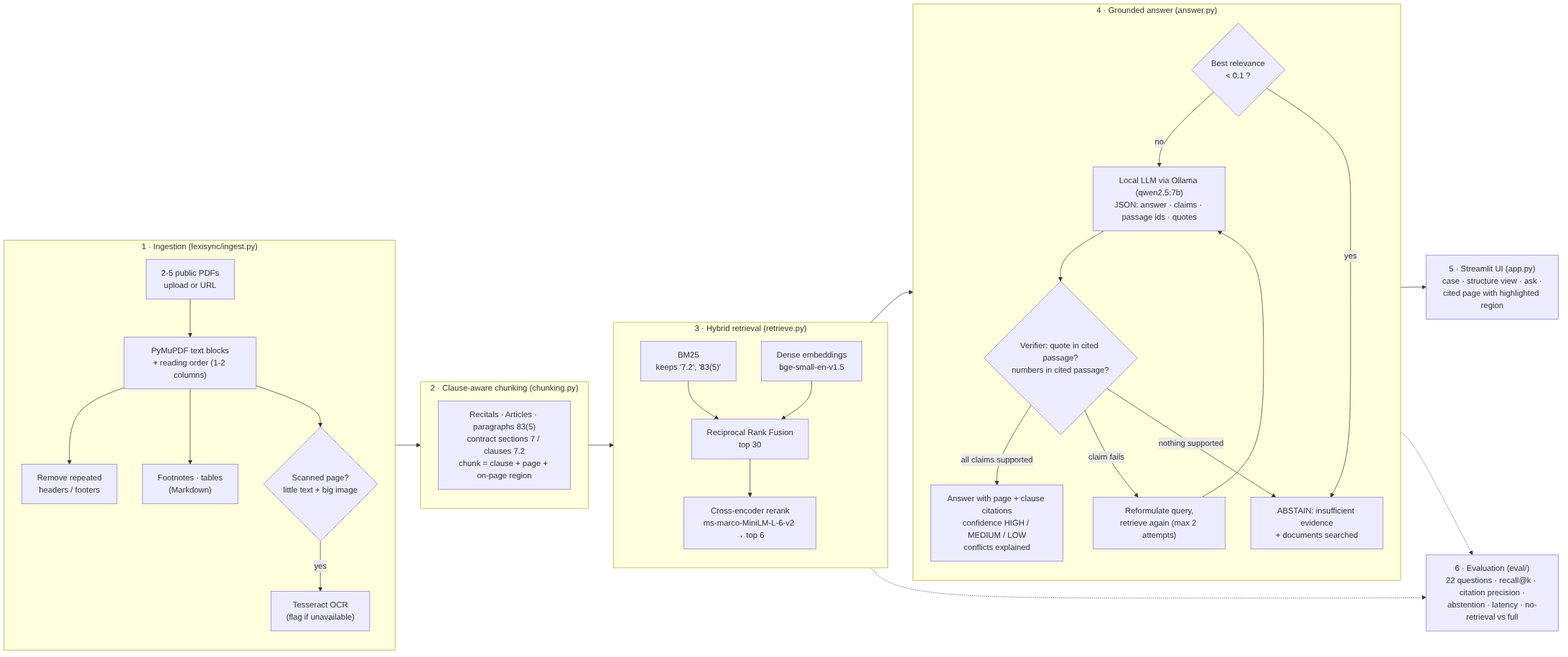
Earlier version of the Mermaid export docs/architecture.png (somalavinay879-18/lexisync-ai). Its source is kept beside it as docs/architecture.mmd. The source it was exported from:
```mermaid
flowchart LR
    subgraph IN["1 · Ingestion (lexisync/ingest.py)"]
        A["2-5 public PDFs<br/>upload or URL"] --> B["PyMuPDF text blocks<br/>+ reading order (1-2 columns)"]
        B --> C["Remove repeated<br/>headers / footers"]
        B --> D["Footnotes · tables<br/>(Markdown)"]
        B --> E{"Scanned page?<br/>little text + big image"}
        E -- yes --> F["Tesseract OCR<br/>(flag if unavailable)"]
    end

    subgraph CH["2 · Clause-aware chunking (chunking.py)"]
        G["Recitals · Articles · paragraphs 83(5)<br/>contract sections 7 / clauses 7.2<br/>chunk = clause + page + on-page region"]
    end

    subgraph RET["3 · Hybrid retrieval (retrieve.py)"]
        H["BM25<br/>keeps '7.2', '83(5)'"]
        I["Dense embeddings<br/>bge-small-en-v1.5"]
        J["Reciprocal Rank Fusion<br/>top 30"]
        K["Cross-encoder rerank<br/>ms-marco-MiniLM-L-6-v2 → top 6"]
        H --> J
        I --> J
        J --> K
    end

    subgraph GEN["4 · Grounded answer (answer.py)"]
        L{"Best relevance<br/>< 0.1 ?"}
        M["Local LLM via Ollama (qwen2.5:7b)<br/>JSON: answer · claims · passage ids · quotes"]
        N{"Verifier: quote in cited passage?<br/>numbers in cited passage?"}
        O["Reformulate query,<br/>retrieve again (max 2 attempts)"]
        P["Answer with page + clause citations<br/>confidence HIGH / MEDIUM / LOW<br/>conflicts explained"]
        Q["ABSTAIN: insufficient evidence<br/>+ documents searched"]
        L -- no --> M --> N
        N -- all claims supported --> P
        N -- claim fails --> O --> M
        L -- yes --> Q
        N -- nothing supported --> Q
    end

    UI["5 · Streamlit UI (app.py)<br/>case · structure view · ask ·<br/>cited page with highlighted region"]
    EV["6 · Evaluation (eval/)<br/>22 questions · recall@k · citation precision ·<br/>abstention · latency · no-retrieval vs full"]

    IN --> CH --> RET --> GEN --> UI
    GEN -.-> EV
    RET -.-> EV
```
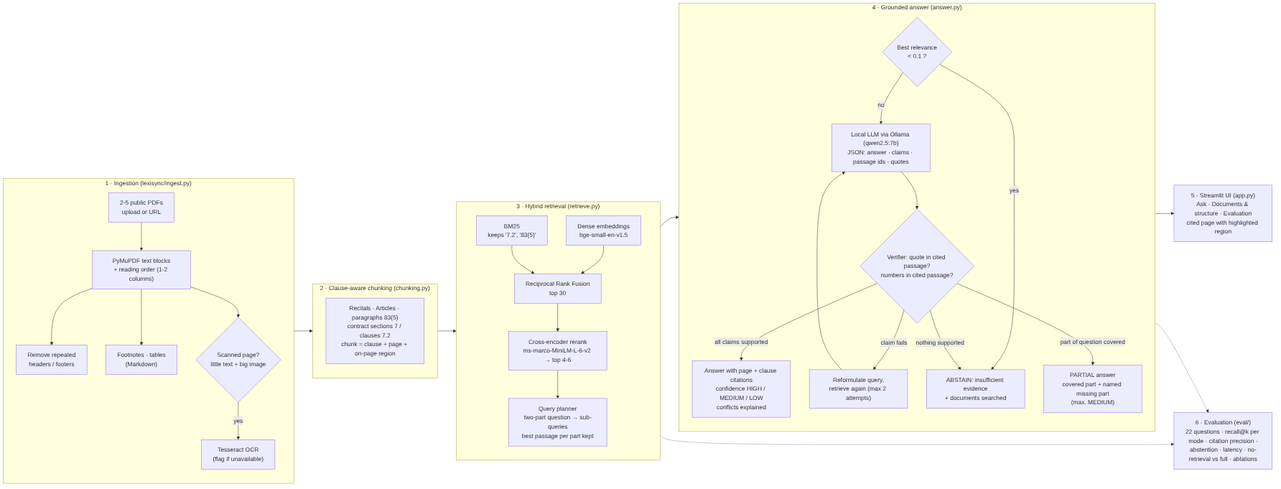
Later version of the same file.

Commit message:
Docs: Python 3.12+, updated architecture diagram, results and exam notes

The edit, as a diff of the source:
```diff
@@ -15,10 +15,12 @@
         H["BM25<br/>keeps '7.2', '83(5)'"]
         I["Dense embeddings<br/>bge-small-en-v1.5"]
         J["Reciprocal Rank Fusion<br/>top 30"]
-        K["Cross-encoder rerank<br/>ms-marco-MiniLM-L-6-v2 → top 6"]
+        K["Cross-encoder rerank<br/>ms-marco-MiniLM-L-6-v2 → top 4-6"]
+        PL["Query planner<br/>two-part question → sub-queries<br/>best passage per part kept"]
         H --> J
         I --> J
         J --> K
+        K --> PL
     end
 
     subgraph GEN["4 · Grounded answer (answer.py)"]
@@ -28,15 +30,17 @@
         O["Reformulate query,<br/>retrieve again (max 2 attempts)"]
         P["Answer with page + clause citations<br/>confidence HIGH / MEDIUM / LOW<br/>conflicts explained"]
         Q["ABSTAIN: insufficient evidence<br/>+ documents searched"]
+        R["PARTIAL answer<br/>covered part + named missing part<br/>(max. MEDIUM)"]
         L -- no --> M --> N
         N -- all claims supported --> P
         N -- claim fails --> O --> M
         L -- yes --> Q
         N -- nothing supported --> Q
+        N -- part of question covered --> R
     end
 
-    UI["5 · Streamlit UI (app.py)<br/>case · structure view · ask ·<br/>cited page with highlighted region"]
-    EV["6 · Evaluation (eval/)<br/>22 questions · recall@k · citation precision ·<br/>abstention · latency · no-retrieval vs full"]
+    UI["5 · Streamlit UI (app.py)<br/>Ask · Documents & structure · Evaluation<br/>cited page with highlighted region"]
+    EV["6 · Evaluation (eval/)<br/>22 questions · recall@k per mode · citation precision ·<br/>abstention · latency · no-retrieval vs full · ablations"]
 
     IN --> CH --> RET --> GEN --> UI
     GEN -.-> EV
```
